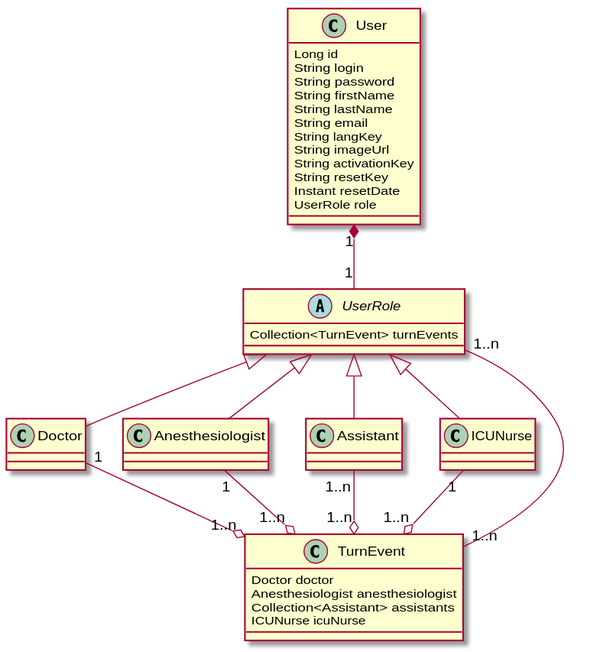
Above: diagrams/domain.svg in czuidema/instantHelpFinder (PlantUML), before the change. The source it was exported from:
```plantuml
@startuml
    class User {
        Long id
        String login
        String password
        String firstName
        String lastName
        String email
        String langKey
        String imageUrl
        String activationKey
        String resetKey
        Instant resetDate
        UserRole role
    }

    abstract class UserRole {
        Collection<TurnEvent> turnEvents
    }

    class Doctor {
    }
    class Anesthesiologist {
    }
    class Assistant {
    }
    class ICUNurse {
    }

    class TurnEvent {
        Doctor doctor
        Anesthesiologist anesthesiologist
        Collection<Assistant> assistants
        ICUNurse icuNurse
    }

    User "1" *-- "1" UserRole
    Doctor -up-|> UserRole
    Anesthesiologist -up-|> UserRole
    Assistant -up-|> UserRole
    ICUNurse -up-|> UserRole

    Doctor "1" --o "1..n" TurnEvent
    Anesthesiologist "1" --o "1..n" TurnEvent
    Assistant "1..n" --o "1..n" TurnEvent
    ICUNurse "1" --o "1..n" TurnEvent

    UserRole "1..n" -- "1..n" TurnEvent

@enduml
```
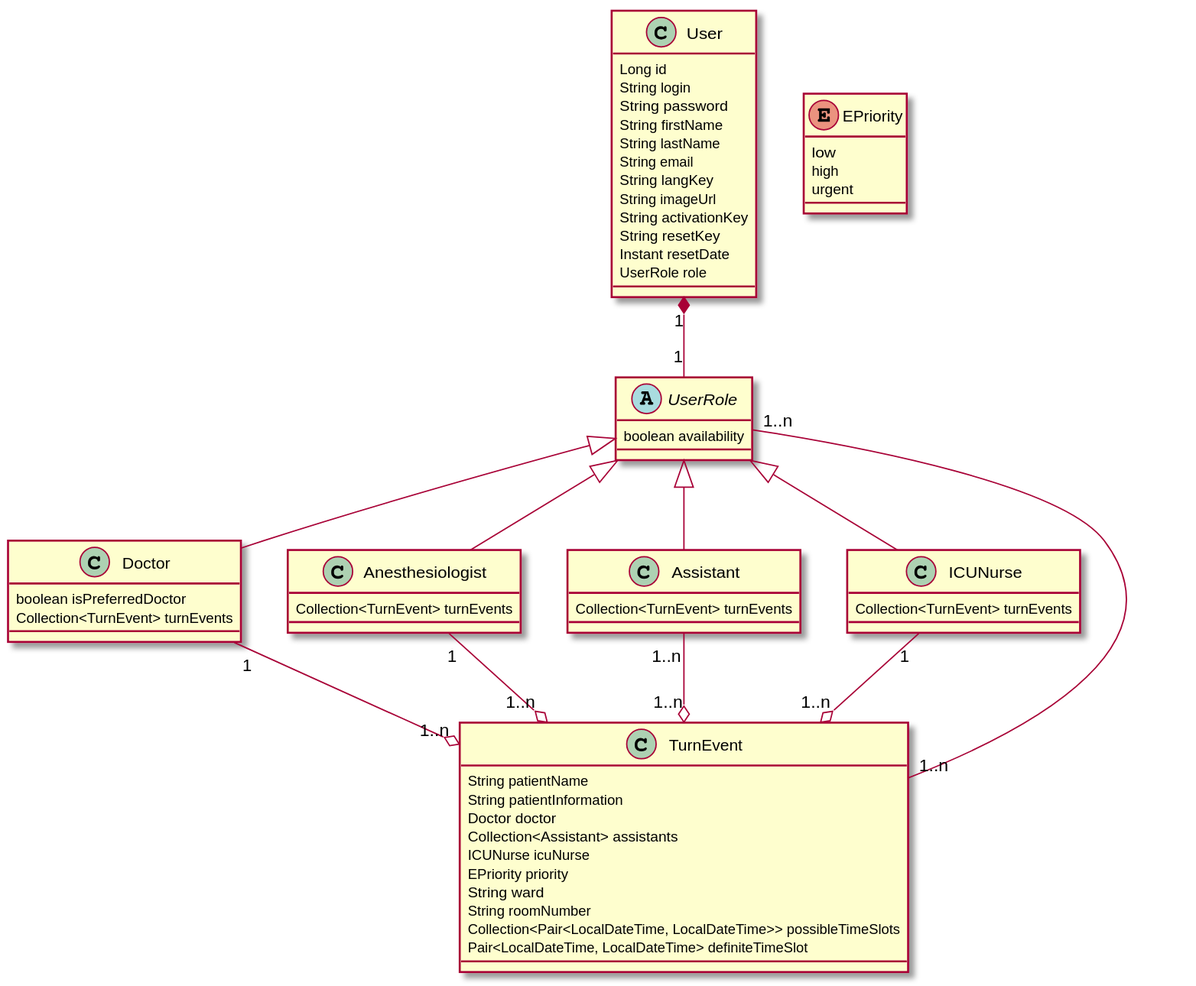
Later version of the same file.

Change to the diagram source:
```diff
@@ -15,23 +15,40 @@
     }
 
     abstract class UserRole {
+        boolean availability
+    }
+
+    class Doctor {
+        boolean isPreferredDoctor
+        Collection<TurnEvent> turnEvents
+    }
+    class Anesthesiologist {
+        Collection<TurnEvent> turnEvents
+    }
+    class Assistant {
+        Collection<TurnEvent> turnEvents
+    }
+    class ICUNurse {
         Collection<TurnEvent> turnEvents
     }
 
-    class Doctor {
-    }
-    class Anesthesiologist {
-    }
-    class Assistant {
-    }
-    class ICUNurse {
+    class TurnEvent {
+        String patientName
+        String patientInformation
+        Doctor doctor
+        Collection<Assistant> assistants
+        ICUNurse icuNurse
+        EPriority priority
+        String ward
+        String roomNumber
+        Collection<Pair<LocalDateTime, LocalDateTime>> possibleTimeSlots
+        Pair<LocalDateTime, LocalDateTime> definiteTimeSlot
     }
 
-    class TurnEvent {
-        Doctor doctor
-        Anesthesiologist anesthesiologist
-        Collection<Assistant> assistants
-        ICUNurse icuNurse
+    enum EPriority {
+        low
+        high
+        urgent
     }
 
     User "1" *-- "1" UserRole
```
